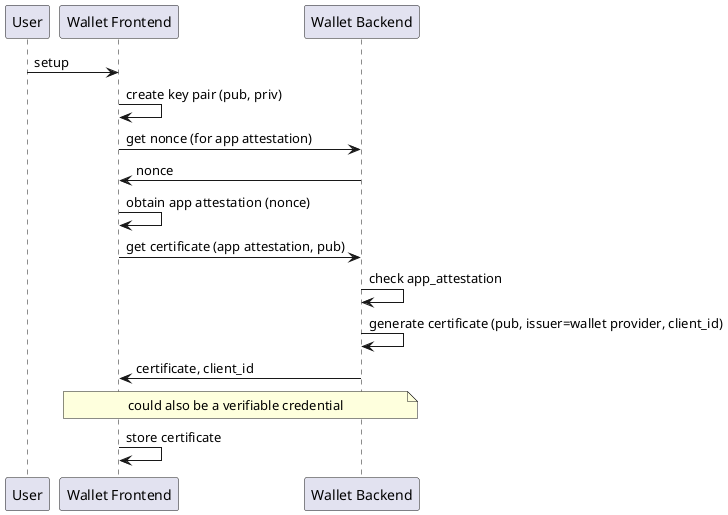
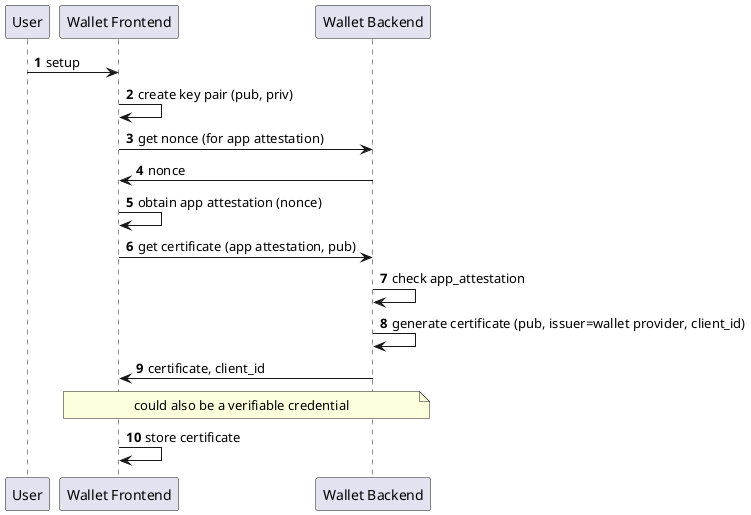
@startuml
+ autonumber
participant User as u
participant "Wallet Frontend" as w
participant "Wallet Backend" as b

u -> w : setup
w -> w : create key pair (pub, priv)
w -> b : get nonce (for app attestation)
b -> w : nonce
w -> w : obtain app attestation (nonce)
w -> b : get certificate (app attestation, pub)
b -> b : check app_attestation
b -> b : generate certificate (pub, issuer=wallet provider, client_id)
b -> w : certificate, client_id
note over w,b: could also be a verifiable credential
w -> w: store certificate
@enduml